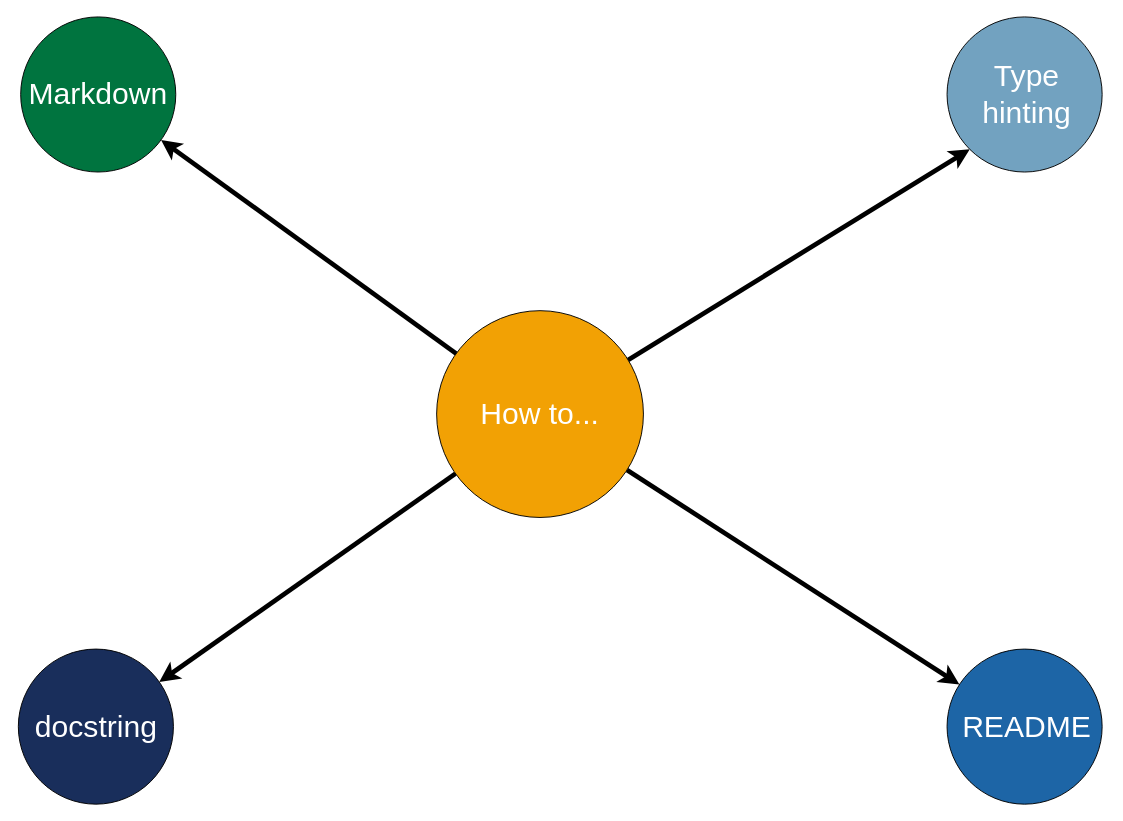
Estreuselito/bikerus keeps this draw.io diagram as images/HOW_TO/content.drawio. Above is the earlier version. Source tidied: cells renumbered, new cells numbered last; positions are measured from the earlier drawing's top-left corner, leaving out a move shared by most shapes. Both pictures are drawn from the tidied source at 94%, with x=0, y=0 at pixel (15, 17).
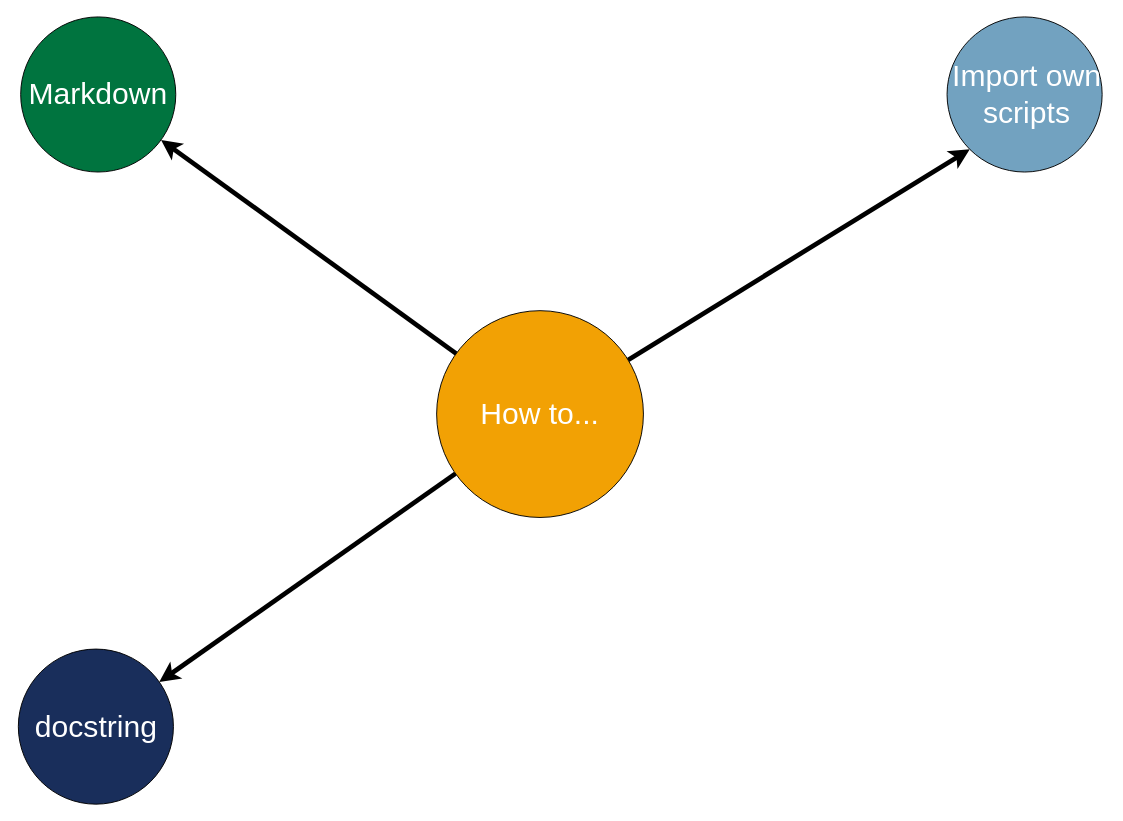
The same page after the edit.

Commit message (it also covers changes not shown here):
Added a HOW TO section

The edit, as a diff of the source:
```diff
@@
 <mxGraphModel>
   <root>
     <mxCell id="0" />
     <mxCell id="1" parent="0" />
     <mxCell id="2" style="rounded=0;jettySize=auto;html=1;strokeWidth=5;" parent="1" edge="1" source="6" target="8">
       <mxGeometry relative="1" as="geometry" />
     </mxCell>
     <mxCell id="3" style="edgeStyle=none;rounded=0;jettySize=auto;html=1;entryX=0;entryY=1;entryDx=0;entryDy=0;strokeWidth=5;" parent="1" edge="1" source="6" target="10">
       <mxGeometry relative="1" as="geometry" />
     </mxCell>
-    <mxCell id="4" style="edgeStyle=none;rounded=0;jettySize=auto;html=1;strokeWidth=5;" parent="1" edge="1" source="6" target="12">
-      <mxGeometry relative="1" as="geometry" />
-    </mxCell>
     <mxCell id="5" style="edgeStyle=none;rounded=0;jettySize=auto;html=1;strokeWidth=5;" parent="1" edge="1" source="6" target="14">
       <mxGeometry relative="1" as="geometry" />
     </mxCell>
     <mxCell id="6" style="ellipse;whiteSpace=wrap;html=1;fillColor=#f2a104;" parent="1" vertex="1">
       <mxGeometry x="448" y="312" width="220" height="220" as="geometry" />
     </mxCell>
     <mxCell id="7" value="&lt;font style=&quot;font-size: 32px&quot; color=&quot;#ffffff&quot;&gt;How to...&lt;/font&gt;" style="text;html=1;strokeColor=none;fillColor=none;align=center;verticalAlign=middle;whiteSpace=wrap;rounded=0;" parent="1" vertex="1">
       <mxGeometry x="473" y="402" width="170" height="40" as="geometry" />
     </mxCell>
     <mxCell id="8" style="ellipse;whiteSpace=wrap;html=1;fillColor=#00743f;" parent="1" vertex="1">
       <mxGeometry x="5.5" y="-0.5" width="165" height="165" as="geometry" />
     </mxCell>
     <mxCell id="9" value="&lt;font style=&quot;font-size: 32px&quot; color=&quot;#ffffff&quot;&gt;Markdown&lt;/font&gt;" style="text;html=1;strokeColor=none;fillColor=none;align=center;verticalAlign=middle;whiteSpace=wrap;rounded=0;" parent="1" vertex="1">
       <mxGeometry x="3" y="62" width="170" height="40" as="geometry" />
     </mxCell>
     <mxCell id="10" style="ellipse;whiteSpace=wrap;html=1;fillColor=#72A2c0;" parent="1" vertex="1">
       <mxGeometry x="991" y="-0.5" width="165" height="165" as="geometry" />
     </mxCell>
-    <mxCell id="11" value="&lt;font style=&quot;font-size: 32px&quot; color=&quot;#ffffff&quot;&gt;Type hinting&lt;/font&gt;" style="text;html=1;strokeColor=none;fillColor=none;align=center;verticalAlign=middle;whiteSpace=wrap;rounded=0;" parent="1" vertex="1">
+    <mxCell id="11" value="&lt;font style=&quot;font-size: 32px&quot; color=&quot;#ffffff&quot;&gt;Import own scripts&lt;/font&gt;" style="text;html=1;strokeColor=none;fillColor=none;align=center;verticalAlign=middle;whiteSpace=wrap;rounded=0;" parent="1" vertex="1">
       <mxGeometry x="991" y="62" width="170" height="40" as="geometry" />
     </mxCell>
-    <mxCell id="12" style="ellipse;whiteSpace=wrap;html=1;fillColor=#1d65a6;" parent="1" vertex="1">
-      <mxGeometry x="991" y="672" width="165" height="165" as="geometry" />
-    </mxCell>
-    <mxCell id="13" value="&lt;font style=&quot;font-size: 32px&quot; color=&quot;#ffffff&quot;&gt;README&lt;/font&gt;" style="text;html=1;strokeColor=none;fillColor=none;align=center;verticalAlign=middle;whiteSpace=wrap;rounded=0;" parent="1" vertex="1">
-      <mxGeometry x="991" y="734.5" width="170" height="40" as="geometry" />
-    </mxCell>
     <mxCell id="14" style="ellipse;whiteSpace=wrap;html=1;fillColor=#192E5b;" parent="1" vertex="1">
       <mxGeometry x="3" y="672" width="165" height="165" as="geometry" />
     </mxCell>
     <mxCell id="15" value="&lt;font style=&quot;font-size: 32px&quot; color=&quot;#ffffff&quot;&gt;docstring&lt;/font&gt;" style="text;html=1;strokeColor=none;fillColor=none;align=center;verticalAlign=middle;whiteSpace=wrap;rounded=0;" parent="1" vertex="1">
       <mxGeometry x="0.5" y="734.5" width="170" height="40" as="geometry" />
     </mxCell>
   </root>
 </mxGraphModel>
```
